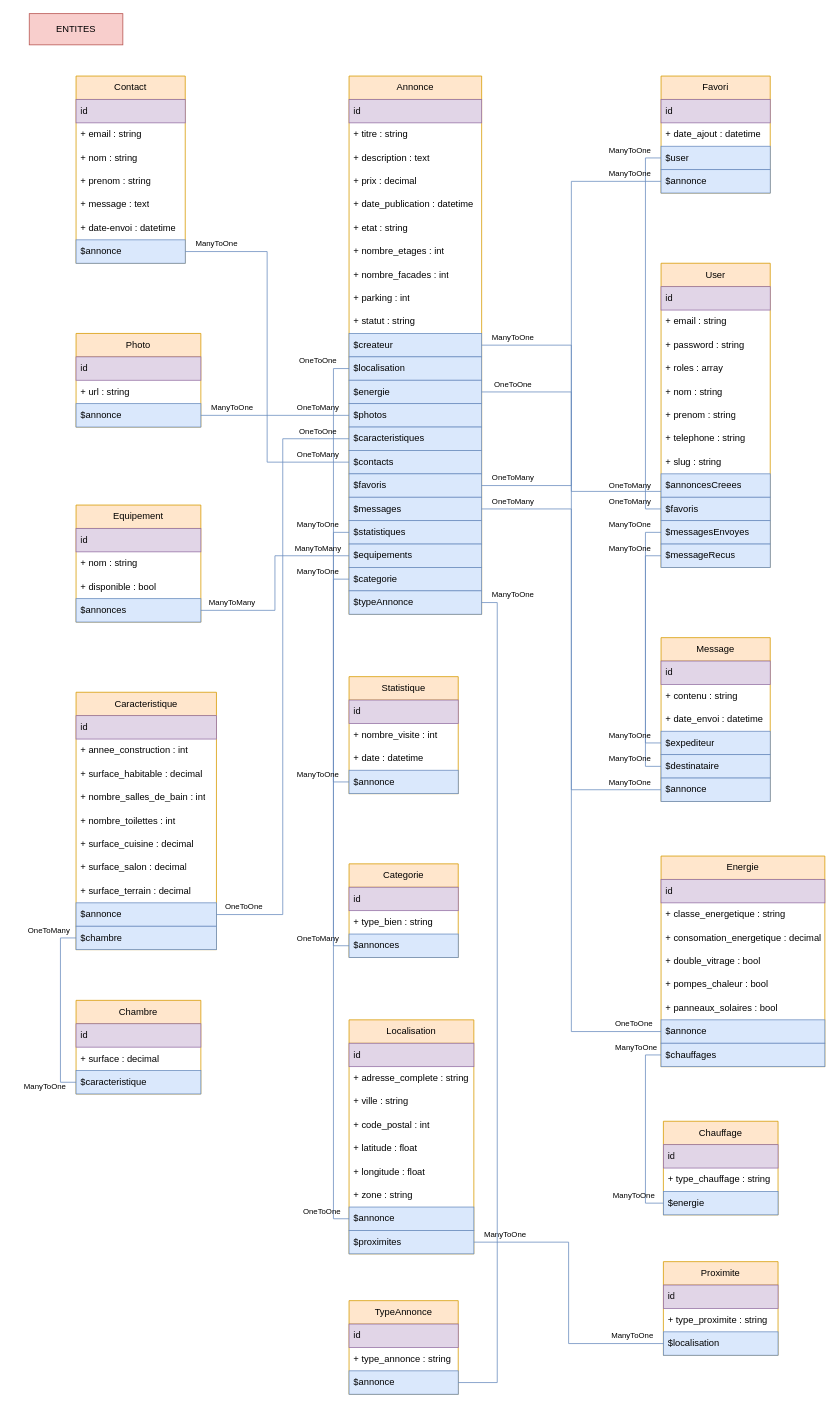
The draw.io diagram trouvemontoit.drawio in waerks/TrouveMonToitProject, before the edit. Source tidied: cells renumbered, new cells numbered last; positions are measured from the earlier drawing's top-left corner, leaving out a move shared by most shapes. Both pictures are drawn from the tidied source at 78%, with x=0, y=0 at pixel (13, 13).
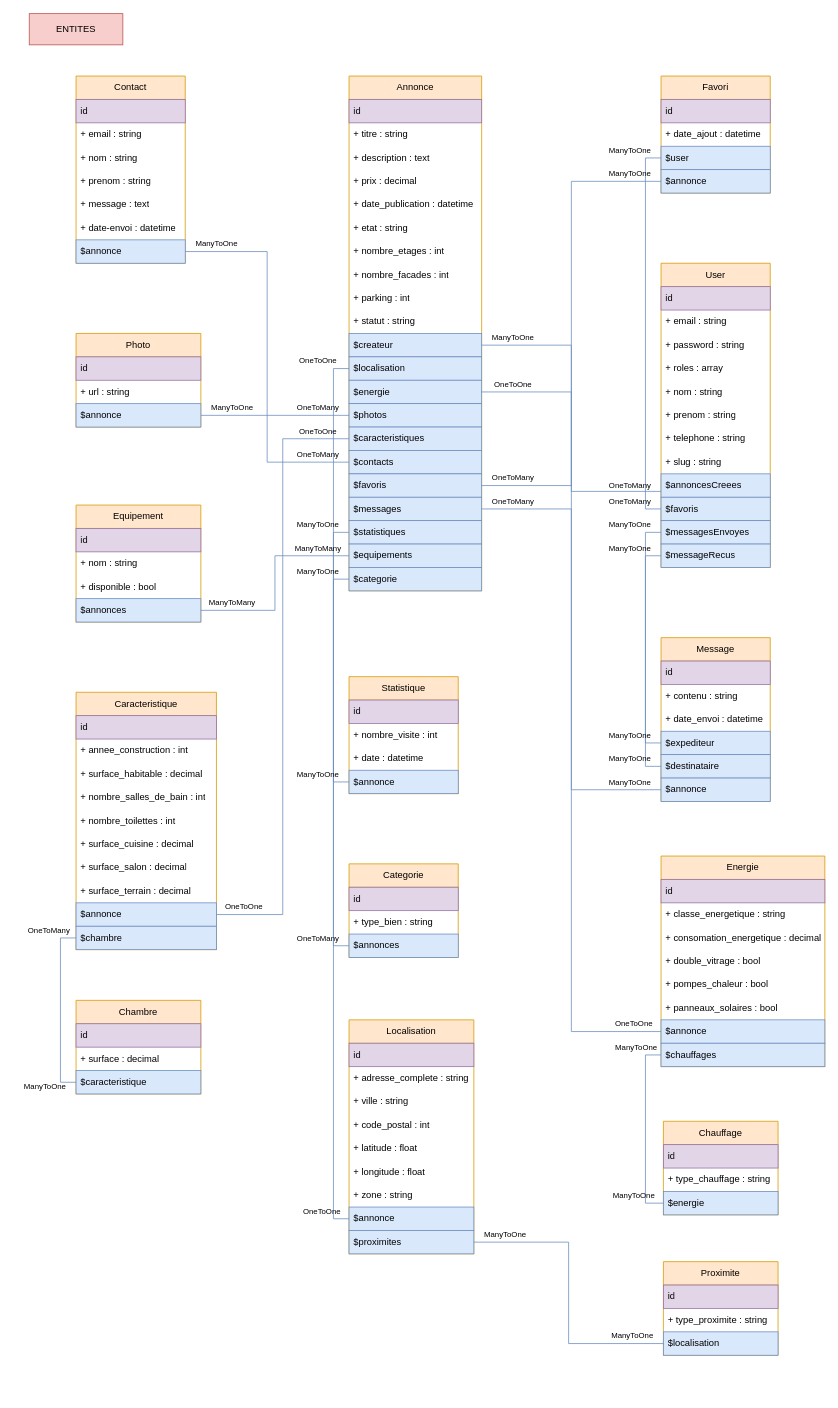
The same diagram, later.

What changed in the source:
```diff
@@
     <mxCell id="21" value="Annonce" style="swimlane;fontStyle=0;horizontal=1;startSize=30;whiteSpace=wrap;html=1;fillColor=#ffe6cc;strokeColor=#d79b00;" parent="1" vertex="1">
-      <mxGeometry x="430" y="80" width="170" height="690" as="geometry" />
+      <mxGeometry x="430" y="80" width="170" height="660" as="geometry" />
     </mxCell>
@@
-    <mxCell id="43" value="$typeAnnonce" style="text;strokeColor=#6c8ebf;fillColor=#dae8fc;align=left;verticalAlign=middle;spacingLeft=4;spacingRight=4;overflow=hidden;points=[[0,0.5],[1,0.5]];portConstraint=eastwest;whiteSpace=wrap;html=1;" parent="21" vertex="1">
-      <mxGeometry y="660" width="170" height="30" as="geometry" />
-    </mxCell>
@@
-    <mxCell id="170" value="TypeAnnonce" style="swimlane;fontStyle=0;horizontal=1;startSize=30;whiteSpace=wrap;html=1;fillColor=#ffe6cc;strokeColor=#d79b00;" parent="1" vertex="1">
-      <mxGeometry x="430" y="1650" width="140" height="120" as="geometry" />
-    </mxCell>
-    <mxCell id="171" value="id" style="text;strokeColor=#9673a6;fillColor=#e1d5e7;align=left;verticalAlign=middle;spacingLeft=4;spacingRight=4;overflow=hidden;whiteSpace=wrap;html=1;" parent="170" vertex="1">
-      <mxGeometry y="30" width="140" height="30" as="geometry" />
-    </mxCell>
-    <mxCell id="172" value="+ type_annonce : string" style="text;strokeColor=none;fillColor=none;align=left;verticalAlign=middle;spacingLeft=4;spacingRight=4;overflow=hidden;whiteSpace=wrap;html=1;" parent="170" vertex="1">
-      <mxGeometry y="60" width="140" height="30" as="geometry" />
-    </mxCell>
-    <mxCell id="173" value="$annonce" style="text;strokeColor=#6c8ebf;fillColor=#dae8fc;align=left;verticalAlign=middle;spacingLeft=4;spacingRight=4;overflow=hidden;points=[[0,0.5],[1,0.5]];portConstraint=eastwest;whiteSpace=wrap;html=1;" parent="170" vertex="1">
-      <mxGeometry y="90" width="140" height="30" as="geometry" />
-    </mxCell>
-    <mxCell id="174" style="edgeStyle=orthogonalEdgeStyle;rounded=0;jettySize=auto;html=1;exitX=1;exitY=0.5;exitDx=0;exitDy=0;entryX=1;entryY=0.5;entryDx=0;entryDy=0;endArrow=none;endFill=0;fillColor=#dae8fc;strokeColor=#6c8ebf;" parent="1" edge="1" source="43" target="173">
-      <mxGeometry relative="1" as="geometry" />
-    </mxCell>
-    <mxCell id="175" value="&lt;font style=&quot;font-size: 10px;&quot;&gt;ManyToOne&lt;/font&gt;" style="text;html=1;align=center;verticalAlign=middle;strokeColor=none;fillColor=none;" parent="1" vertex="1">
-      <mxGeometry x="600" y="730" width="80" height="30" as="geometry" />
-    </mxCell>
```
